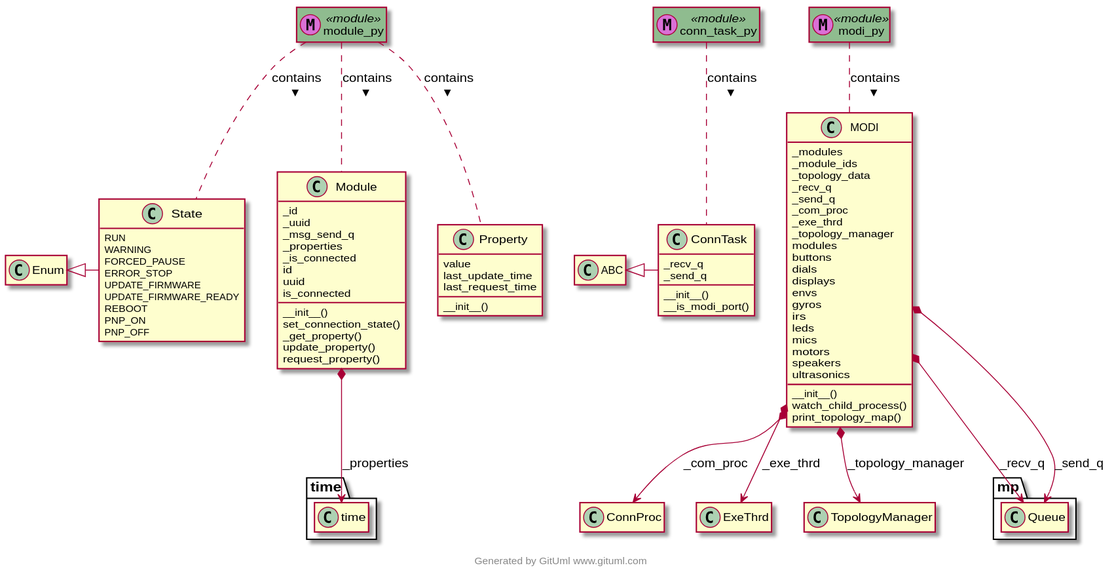
This is docs/_static/img/umldiagram.svg from LUXROBO/pymodi, a PlantUML export, as it was before one commit. Source of this version:
```plantuml
@startuml
class MODI {
    _modules
    _module_ids
    _topology_data
    _recv_q
    _send_q
    _com_proc
    _exe_thrd
    _topology_manager
    modules
    buttons
    dials
    displays
    envs
    gyros
    irs
    leds
    mics
    motors
    speakers
    ultrasonics
    __init__()
    watch_child_process()
    print_topology_map()
}

MODI *--> mp.Queue : _recv_q
MODI *--> mp.Queue : _send_q
MODI *--> ConnProc : _com_proc
MODI *--> ExeThrd : _exe_thrd
MODI *--> TopologyManager : _topology_manager
class modi_py <<module>> << (M,orchid) >> #DarkSeaGreen {
}

modi_py .. MODI : contains >
class Module {
    _id
    _uuid
    _msg_send_q
    _properties
    _is_connected
    id
    uuid
    is_connected
    __init__()
    set_connection_state()
    _get_property()
    update_property()
    request_property()
}

Module *--> time.time : _properties

class Property {
    value
    last_update_time
    last_request_time
    __init__()
}


class State {
    RUN
    WARNING
    FORCED_PAUSE
    ERROR_STOP
    UPDATE_FIRMWARE
    UPDATE_FIRMWARE_READY
    REBOOT
    PNP_ON
    PNP_OFF
}

Enum <|- State
class module_py <<module>> << (M,orchid) >> #DarkSeaGreen {
}

module_py .. Module : contains >
module_py .. Property : contains >
module_py .. State : contains >
class ConnTask {
    _recv_q
    _send_q
    __init__()
    __is_modi_port()
}

ABC <|- ConnTask
class conn_task_py <<module>> << (M,orchid) >> #DarkSeaGreen {
}

conn_task_py .. ConnTask : contains >
center footer Generated by GitUml www.gituml.com
hide empty members
@enduml
```
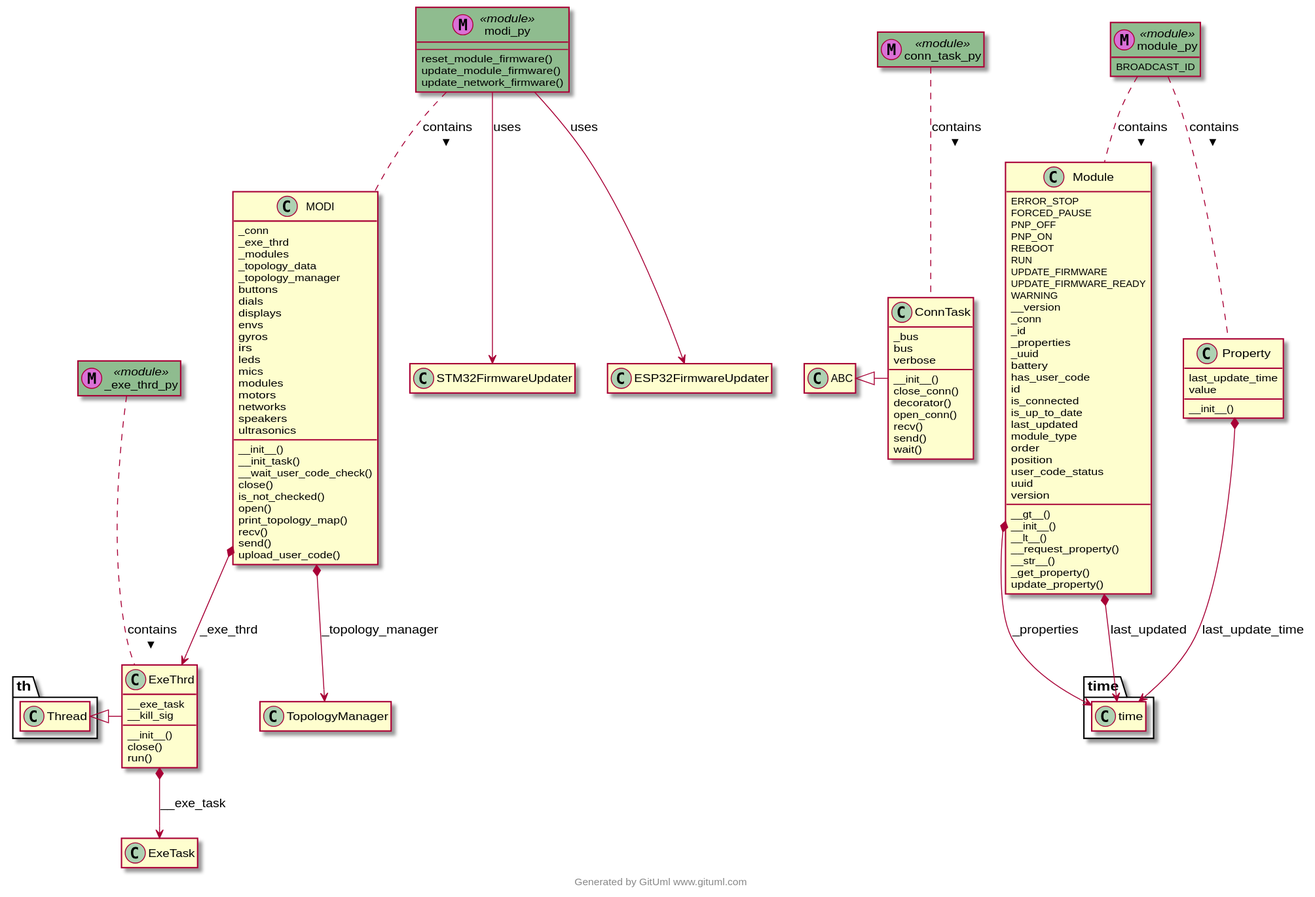
The same file after the commit.

Commit message:
Change uml diagram

The edit, as a diff of the source:
```diff
@@ -1,14 +1,24 @@
 @startuml
+class ExeThrd {
+    __exe_task
+    __kill_sig
+    __init__()
+    close()
+    run()
+}
+
+th.Thread <|- ExeThrd
+ExeThrd *--> ExeTask : __exe_task
+class _exe_thrd_py <<module>> << (M,orchid) >> #DarkSeaGreen {
+}
+
+_exe_thrd_py .. ExeThrd : contains >
 class MODI {
+    _conn
+    _exe_thrd
     _modules
-    _module_ids
     _topology_data
-    _recv_q
-    _send_q
-    _com_proc
-    _exe_thrd
     _topology_manager
-    modules
     buttons
     dials
     displays
@@ -17,73 +27,98 @@
     irs
     leds
     mics
+    modules
     motors
+    networks
     speakers
     ultrasonics
     __init__()
-    watch_child_process()
+    __init_task()
+    __wait_user_code_check()
+    close()
+    is_not_checked()
+    open()
     print_topology_map()
+    recv()
+    send()
+    upload_user_code()
 }
 
-MODI *--> mp.Queue : _recv_q
-MODI *--> mp.Queue : _send_q
-MODI *--> ConnProc : _com_proc
 MODI *--> ExeThrd : _exe_thrd
 MODI *--> TopologyManager : _topology_manager
 class modi_py <<module>> << (M,orchid) >> #DarkSeaGreen {
+    ---
+    reset_module_firmware()
+    update_module_firmware()
+    update_network_firmware()
 }
 
 modi_py .. MODI : contains >
+modi_py --> STM32FirmwareUpdater : uses
+modi_py --> ESP32FirmwareUpdater : uses
 class Module {
+    ERROR_STOP
+    FORCED_PAUSE
+    PNP_OFF
+    PNP_ON
+    REBOOT
+    RUN
+    UPDATE_FIRMWARE
+    UPDATE_FIRMWARE_READY
+    WARNING
+    __version
+    _conn
     _id
+    _properties
     _uuid
-    _msg_send_q
-    _properties
-    _is_connected
+    battery
+    has_user_code
     id
+    is_connected
+    is_up_to_date
+    last_updated
+    module_type
+    order
+    position
+    user_code_status
     uuid
-    is_connected
+    version
+    __gt__()
     __init__()
-    set_connection_state()
+    __lt__()
+    __request_property()
+    __str__()
     _get_property()
     update_property()
-    request_property()
 }
 
 Module *--> time.time : _properties
+Module *--> time.time : last_updated
 
 class Property {
+    last_update_time
     value
-    last_update_time
-    last_request_time
     __init__()
 }
 
-
-class State {
-    RUN
-    WARNING
-    FORCED_PAUSE
-    ERROR_STOP
-    UPDATE_FIRMWARE
-    UPDATE_FIRMWARE_READY
-    REBOOT
-    PNP_ON
-    PNP_OFF
-}
-
-Enum <|- State
+Property *--> time.time : last_update_time
 class module_py <<module>> << (M,orchid) >> #DarkSeaGreen {
+    BROADCAST_ID
 }
 
 module_py .. Module : contains >
 module_py .. Property : contains >
-module_py .. State : contains >
 class ConnTask {
-    _recv_q
-    _send_q
+    _bus
+    bus
+    verbose
     __init__()
-    __is_modi_port()
+    close_conn()
+    decorator()
+    open_conn()
+    recv()
+    send()
+    wait()
 }
 
 ABC <|- ConnTask
```
